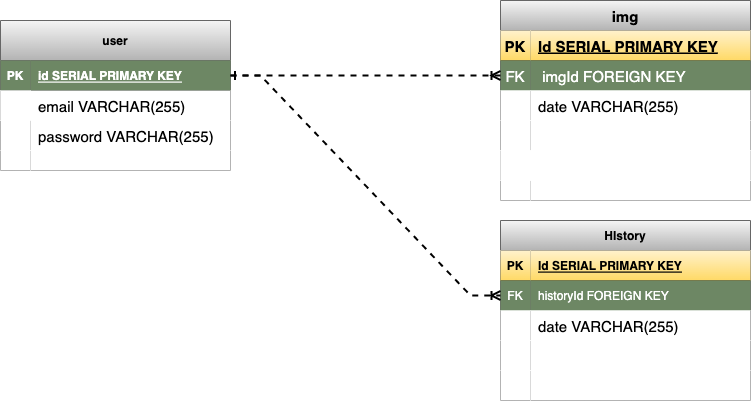
Above: ERD.drawio.png in xxmark10xx/project-2 (draw.io), before the change. Source tidied: cells renumbered, new cells last; positions are measured from the earlier drawing's top-left corner, leaving out a move shared by most shapes.
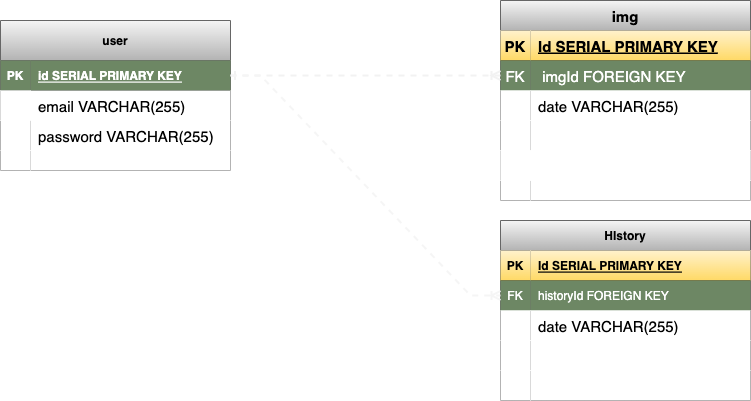
The same diagram one commit later.

The edit, as a diff of the source:
```diff
@@ -98,7 +98,7 @@
     <mxCell id="33" style="shape=partialRectangle;top=0;left=0;bottom=0;right=0;align=left;spacingLeft=6;overflow=hidden;fontSize=15;" parent="31" vertex="1">
       <mxGeometry x="30" width="220" height="20" as="geometry" />
     </mxCell>
-    <mxCell id="34" style="edgeStyle=entityRelationEdgeStyle;fontSize=12;html=1;endArrow=ERoneToMany;rounded=0;exitX=1;exitY=0.5;exitDx=0;exitDy=0;startArrow=ERone;startFill=0;dashed=1;strokeWidth=2;entryX=0;entryY=0.5;entryDx=0;entryDy=0;" parent="1" edge="1" source="3" target="19">
+    <mxCell id="34" style="edgeStyle=entityRelationEdgeStyle;fontSize=12;html=1;endArrow=ERoneToMany;rounded=0;exitX=1;exitY=0.5;exitDx=0;exitDy=0;startArrow=ERone;startFill=0;dashed=1;strokeWidth=2;entryX=0;entryY=0.5;entryDx=0;entryDy=0;strokeColor=#F2F2F2;" parent="1" edge="1" source="3" target="19">
       <mxGeometry relative="1" as="geometry" />
     </mxCell>
     <mxCell id="35" value="HIstory" style="shape=table;startSize=30;rowLines=0;fontStyle=1;align=center;fillColor=#f5f5f5;gradientColor=#b3b3b3;strokeColor=#666666;" parent="1" vertex="1">
@@ -149,7 +149,7 @@
     <mxCell id="50" style="shape=partialRectangle;top=0;left=0;bottom=0;right=0;align=left;spacingLeft=6;overflow=hidden;" parent="48" vertex="1">
       <mxGeometry x="30" width="220" height="30" as="geometry" />
     </mxCell>
-    <mxCell id="51" style="edgeStyle=entityRelationEdgeStyle;fontSize=12;html=1;endArrow=ERoneToMany;rounded=0;exitX=1;exitY=0.5;exitDx=0;exitDy=0;entryX=0;entryY=0.5;entryDx=0;entryDy=0;dashed=1;strokeWidth=2;" parent="1" edge="1" source="3" target="39">
+    <mxCell id="51" style="edgeStyle=entityRelationEdgeStyle;fontSize=12;html=1;endArrow=ERoneToMany;rounded=0;exitX=1;exitY=0.5;exitDx=0;exitDy=0;entryX=0;entryY=0.5;entryDx=0;entryDy=0;dashed=1;strokeWidth=2;strokeColor=#F5F5F5;" parent="1" edge="1" source="3" target="39">
       <mxGeometry relative="1" as="geometry" />
     </mxCell>
   </root>
```
